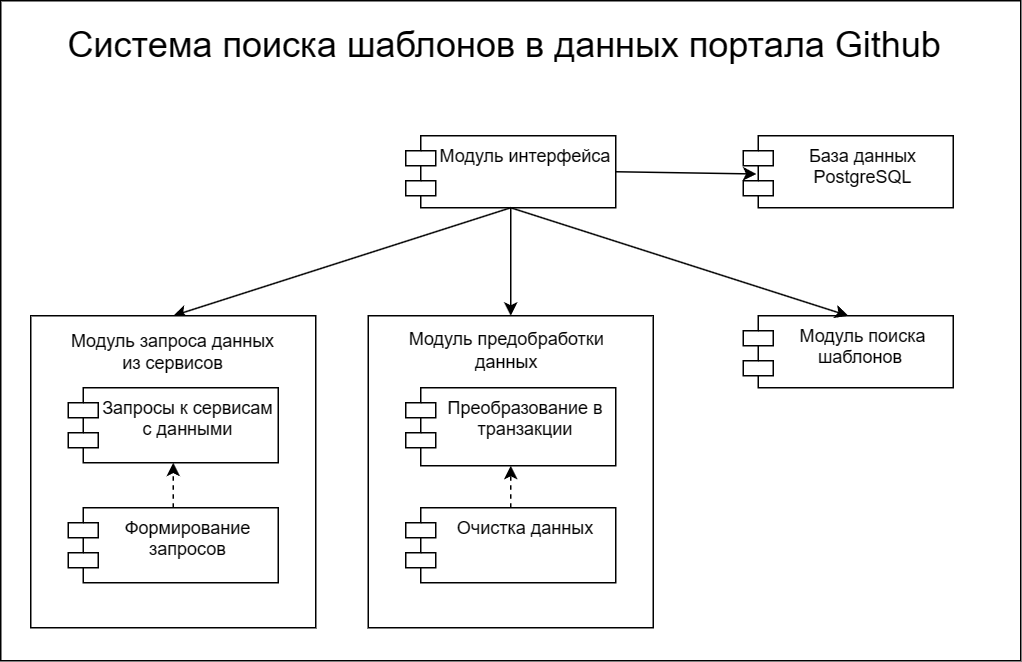
Earlier version of the draw.io export docs/Архитектура.drawio.png (Santiperro/final-qualifying-work). Source tidied: cells renumbered, new cells last; positions are measured from the earlier drawing's top-left corner, leaving out a move shared by most shapes.
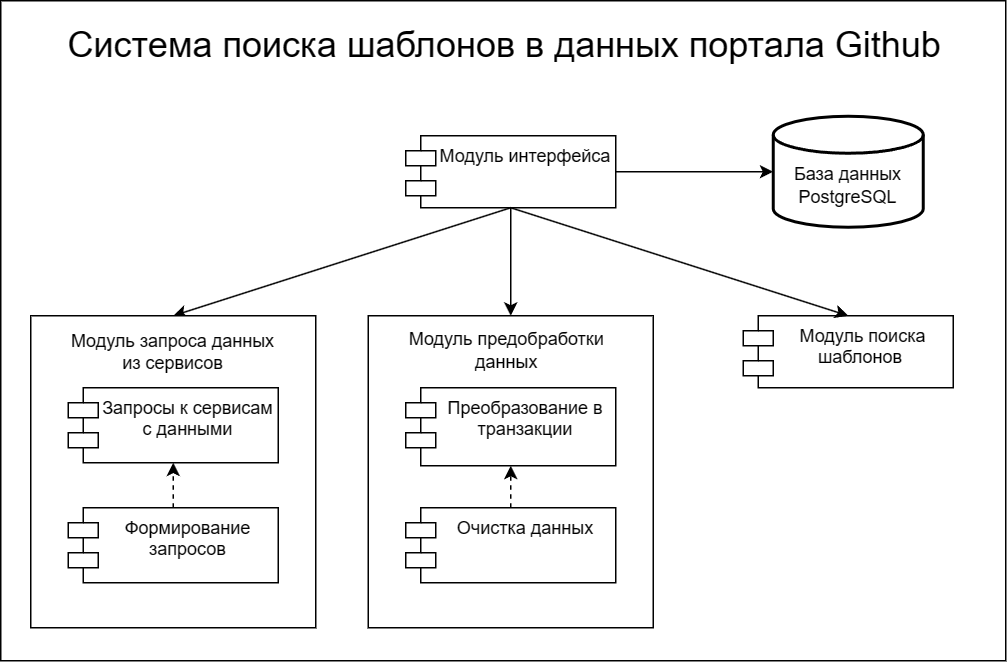
The same diagram one commit later.

Diff of the diagram source:
```diff
@@ -3,7 +3,7 @@
     <mxCell id="0" />
     <mxCell id="1" parent="0" />
     <mxCell id="2" style="rounded=0;whiteSpace=wrap;html=1;" parent="1" vertex="1">
-      <mxGeometry width="680" height="440" as="geometry" />
+      <mxGeometry width="670" height="440" as="geometry" />
     </mxCell>
     <mxCell id="3" value="&lt;h1&gt;&lt;span style=&quot;font-weight: 400;&quot;&gt;Система поиска шаблонов в данных портала Github&lt;/span&gt;&lt;/h1&gt;&lt;div&gt;&lt;span style=&quot;font-weight: 400;&quot;&gt;&lt;br&gt;&lt;/span&gt;&lt;/div&gt;" style="text;html=1;strokeColor=none;fillColor=none;spacing=5;spacingTop=-20;whiteSpace=wrap;overflow=hidden;rounded=0;" parent="1" vertex="1">
       <mxGeometry x="40" y="10" width="600" height="60" as="geometry" />
@@ -38,10 +38,7 @@
     <mxCell id="13" style="endArrow=classic;html=1;rounded=0;dashed=1;entryX=0.5;entryY=1;entryDx=0;entryDy=0;exitX=0.5;exitY=0;exitDx=0;exitDy=0;" parent="8" edge="1" source="12" target="10">
       <mxGeometry relative="1" as="geometry" />
     </mxCell>
-    <mxCell id="14" value="База данных PostgreSQL" style="shape=module;align=left;spacingLeft=20;align=center;verticalAlign=top;whiteSpace=wrap;html=1;" parent="1" vertex="1">
-      <mxGeometry x="495" y="90" width="140" height="48" as="geometry" />
-    </mxCell>
-    <mxCell id="15" style="endArrow=classic;html=1;rounded=0;exitX=1;exitY=0.5;exitDx=0;exitDy=0;entryX=0.063;entryY=0.531;entryDx=0;entryDy=0;entryPerimeter=0;" parent="1" edge="1" source="4" target="14">
+    <mxCell id="15" style="endArrow=classic;html=1;rounded=0;exitX=1;exitY=0.5;exitDx=0;exitDy=0;entryX=0;entryY=0.5;entryDx=0;entryDy=0;entryPerimeter=0;" parent="1" edge="1" source="4" target="23">
       <mxGeometry relative="1" as="geometry" />
     </mxCell>
     <mxCell id="16" style="endArrow=classic;html=1;rounded=0;exitX=0.5;exitY=1;exitDx=0;exitDy=0;entryX=0.5;entryY=0;entryDx=0;entryDy=0;" parent="1" edge="1" source="4" target="18">
@@ -65,5 +62,11 @@
     <mxCell id="22" value="&lt;span style=&quot;text-wrap: nowrap; color: rgba(0, 0, 0, 0); font-family: monospace; font-size: 0px; text-align: start;&quot;&gt;%3CmxGraphModel%3E%3Croot%3E%3CmxCell%20id%3D%220%22%2F%3E%3CmxCell%20id%3D%221%22%20parent%3D%220%22%2F%3E%3CmxCell%20id%3D%222%22%20value%3D%22%22%20style%3D%22shape%3Ddatastore%3BwhiteSpace%3Dwrap%3Bhtml%3D1%3B%22%20vertex%3D%221%22%20parent%3D%221%22%3E%3CmxGeometry%20x%3D%22481.5%22%20y%3D%22480%22%20width%3D%2260%22%20height%3D%2260%22%20as%3D%22geometry%22%2F%3E%3C%2FmxCell%3E%3C%2Froot%3E%3C%2FmxGraphModel%3E&lt;/span&gt;Модуль запроса данных из сервисов" style="text;html=1;align=center;verticalAlign=middle;whiteSpace=wrap;rounded=0;" parent="17" vertex="1">
       <mxGeometry x="20" y="9" width="150" height="30" as="geometry" />
     </mxCell>
+    <mxCell id="23" style="strokeWidth=2;html=1;shape=mxgraph.flowchart.database;whiteSpace=wrap;" parent="1" vertex="1">
+      <mxGeometry x="515" y="77" width="100" height="74" as="geometry" />
+    </mxCell>
+    <mxCell id="14" value="База данных PostgreSQL" style="text;html=1;align=center;verticalAlign=middle;whiteSpace=wrap;rounded=0;" parent="1" vertex="1">
+      <mxGeometry x="525" y="108" width="80" height="30" as="geometry" />
+    </mxCell>
   </root>
 </mxGraphModel>
```
